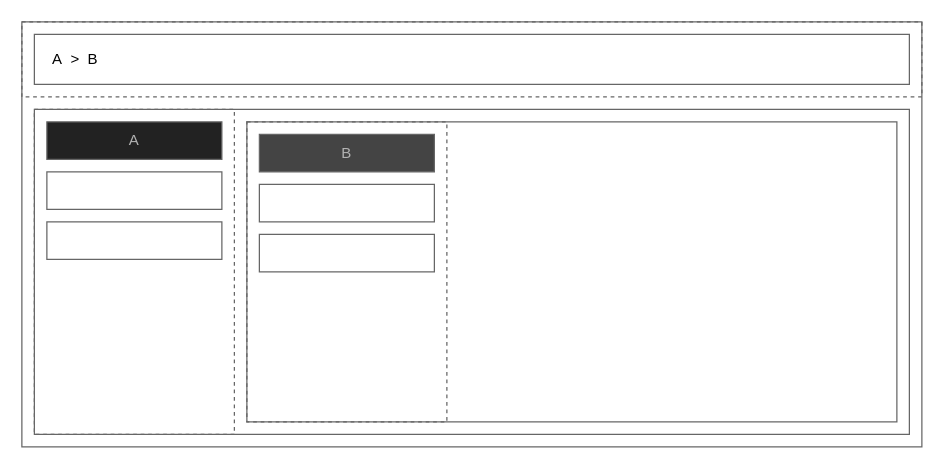
Earlier version of the draw.io diagram docs/diagrams/breadcrumbs.drawio (stevedekorte/strvct.net). Source tidied: cells renumbered, new cells numbered last; positions are measured from the earlier drawing's top-left corner, leaving out a move shared by most shapes. Both pictures are drawn from the tidied source at 125%, with x=0, y=0 at pixel (21, 21).
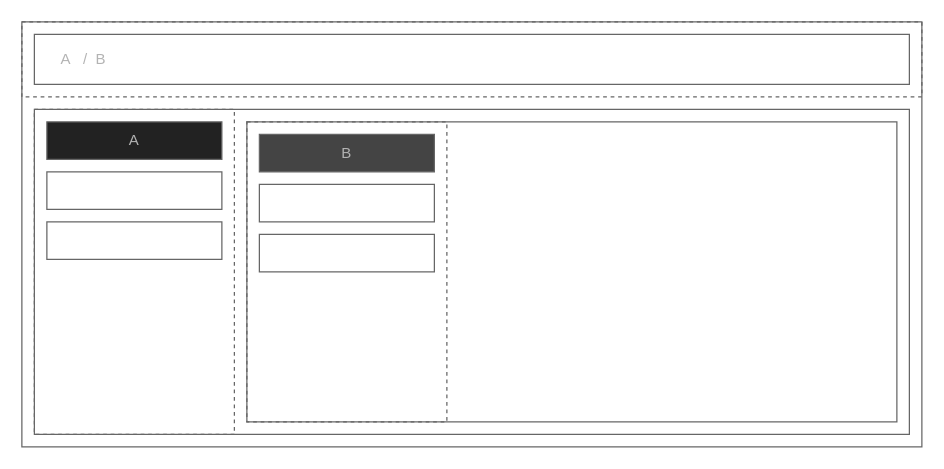
The same diagram, later.

Change to the diagram source:
```diff
@@
 <mxGraphModel>
   <root>
     <mxCell id="0" />
     <mxCell id="1" parent="0" />
     <mxCell id="2" style="rounded=0;whiteSpace=wrap;html=1;fontSize=24;align=left;fillColor=none;strokeColor=#666666;dashed=1;" parent="1" vertex="1">
       <mxGeometry width="720" height="60" as="geometry" />
     </mxCell>
     <mxCell id="3" style="rounded=0;whiteSpace=wrap;html=1;fontSize=24;align=left;fillColor=none;strokeColor=#666666;" parent="1" vertex="1">
       <mxGeometry width="720" height="340" as="geometry" />
     </mxCell>
-    <mxCell id="4" value="&amp;nbsp; &amp;nbsp; A&amp;nbsp; &amp;gt;&amp;nbsp; B" style="rounded=0;whiteSpace=wrap;html=1;fontSize=12;align=left;fillColor=none;strokeColor=#666666;" parent="1" vertex="1">
+    <mxCell id="4" value="&amp;nbsp; &amp;nbsp; &amp;nbsp; A&amp;nbsp; &amp;nbsp;/&amp;nbsp; B" style="rounded=0;whiteSpace=wrap;html=1;fontSize=12;align=left;fillColor=none;strokeColor=#666666;fontColor=#B3B3B3;" parent="1" vertex="1">
       <mxGeometry x="10" y="10" width="700" height="40" as="geometry" />
     </mxCell>
     <mxCell id="5" style="rounded=0;whiteSpace=wrap;html=1;fontSize=24;align=left;fillColor=none;strokeColor=#666666;dashed=1;" parent="1" vertex="1">
       <mxGeometry x="10" y="70" width="160" height="260" as="geometry" />
     </mxCell>
     <mxCell id="6" style="rounded=0;whiteSpace=wrap;html=1;fontSize=24;align=left;fillColor=none;strokeColor=#666666;" parent="1" vertex="1">
       <mxGeometry x="10" y="70" width="700" height="260" as="geometry" />
     </mxCell>
     <mxCell id="7" style="rounded=0;whiteSpace=wrap;html=1;fontSize=24;align=left;fillColor=none;strokeColor=#666666;" parent="1" vertex="1">
       <mxGeometry x="180" y="80" width="520" height="240" as="geometry" />
     </mxCell>
     <mxCell id="8" value="A" style="rounded=0;whiteSpace=wrap;html=1;fontSize=12;align=center;fillColor=#222222;strokeColor=#666666;fontColor=#B3B3B3;" parent="1" vertex="1">
       <mxGeometry x="20" y="80" width="140" height="30" as="geometry" />
     </mxCell>
     <mxCell id="9" style="rounded=0;whiteSpace=wrap;html=1;fontSize=12;align=center;fillColor=none;strokeColor=#666666;fontColor=#B3B3B3;" parent="1" vertex="1">
       <mxGeometry x="20" y="120" width="140" height="30" as="geometry" />
     </mxCell>
     <mxCell id="10" style="rounded=0;whiteSpace=wrap;html=1;fontSize=12;align=center;fillColor=none;strokeColor=#666666;fontColor=#B3B3B3;" parent="1" vertex="1">
       <mxGeometry x="20" y="160" width="140" height="30" as="geometry" />
     </mxCell>
     <mxCell id="11" value="B" style="rounded=0;whiteSpace=wrap;html=1;fontSize=12;align=center;fillColor=#444444;strokeColor=#666666;fontColor=#B3B3B3;" parent="1" vertex="1">
       <mxGeometry x="190" y="90" width="140" height="30" as="geometry" />
     </mxCell>
     <mxCell id="12" style="rounded=0;whiteSpace=wrap;html=1;fontSize=12;align=center;fillColor=none;strokeColor=#666666;fontColor=#B3B3B3;" parent="1" vertex="1">
       <mxGeometry x="190" y="130" width="140" height="30" as="geometry" />
     </mxCell>
     <mxCell id="13" style="rounded=0;whiteSpace=wrap;html=1;fontSize=12;align=center;fillColor=none;strokeColor=#666666;fontColor=#B3B3B3;" parent="1" vertex="1">
       <mxGeometry x="190" y="170" width="140" height="30" as="geometry" />
     </mxCell>
     <mxCell id="14" style="rounded=0;whiteSpace=wrap;html=1;fontSize=24;align=left;fillColor=none;strokeColor=#666666;dashed=1;" parent="1" vertex="1">
       <mxGeometry x="180" y="80" width="160" height="240" as="geometry" />
     </mxCell>
   </root>
 </mxGraphModel>
```
